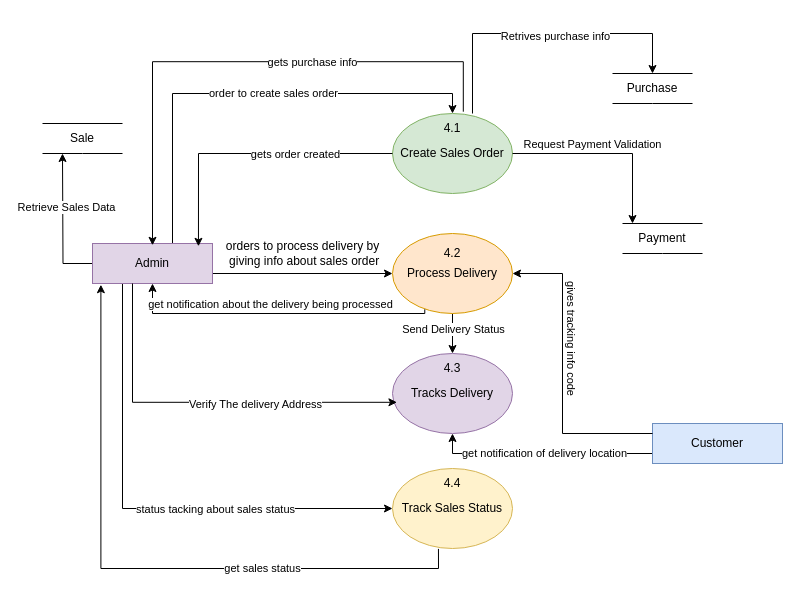
pawal-karki/DRAW.IO keeps this draw.io diagram as Level 2 of .drawio. Above is the earlier version. Source tidied: cells renumbered, new cells numbered last; positions are measured from the earlier drawing's top-left corner, leaving out a move shared by most shapes. Both pictures are drawn from the tidied source at 100%, with x=0, y=0 at pixel (42, 33).
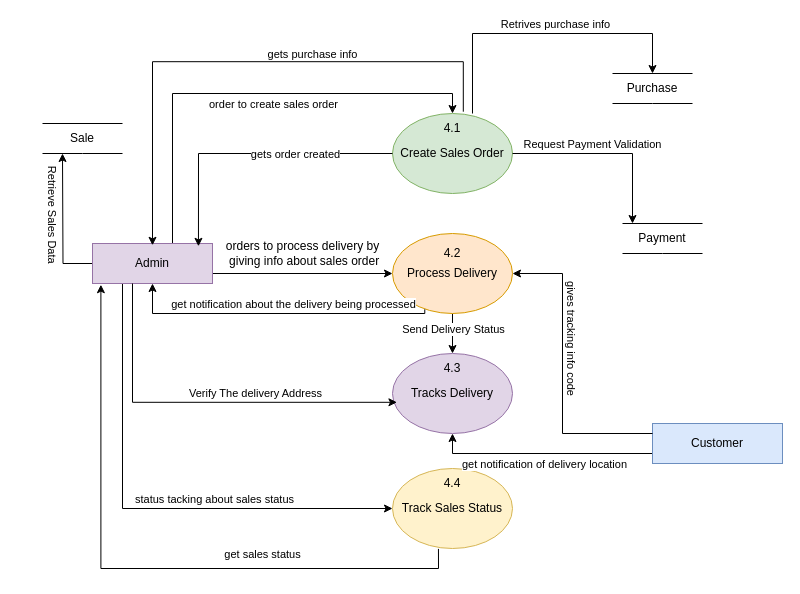
The same page after the edit.

Commit message:
Sales Order Level 2.drawio

The change refers to these unchanged cells:
```xml
<mxCell id="2" style="edgeStyle=orthogonalEdgeStyle;rounded=0;jettySize=auto;html=1;" parent="1" edge="1" target="29">
  <mxGeometry relative="1" as="geometry">
    <mxPoint x="430" y="80" as="sourcePoint" />
    <Array as="points">
      <mxPoint x="430" />
      <mxPoint x="610" />
    </Array>
  </mxGeometry>
</mxCell>
<mxCell id="10" style="edgeStyle=orthogonalEdgeStyle;rounded=0;jettySize=auto;html=1;entryX=0.5;entryY=0;entryDx=0;entryDy=0;" parent="1" edge="1" source="18" target="4">
  <mxGeometry relative="1" as="geometry">
    <Array as="points">
      <mxPoint x="130" y="60" />
      <mxPoint x="410" y="60" />
    </Array>
  </mxGeometry>
</mxCell>
<mxCell id="12" style="edgeStyle=orthogonalEdgeStyle;rounded=0;jettySize=auto;html=1;entryX=0.269;entryY=0.948;entryDx=0;entryDy=0;startArrow=classic;startFill=1;endArrow=none;endFill=0;entryPerimeter=0;" parent="1" edge="1" source="18" target="9">
  <mxGeometry relative="1" as="geometry">
    <Array as="points">
      <mxPoint x="110" y="280" />
      <mxPoint x="382" y="280" />
    </Array>
  </mxGeometry>
</mxCell>
<mxCell id="14" style="edgeStyle=orthogonalEdgeStyle;rounded=0;jettySize=auto;html=1;exitX=0.25;exitY=1;exitDx=0;exitDy=0;entryX=0;entryY=0.5;entryDx=0;entryDy=0;" parent="1" edge="1" source="18" target="5">
  <mxGeometry relative="1" as="geometry" />
</mxCell>
<mxCell id="16" style="edgeStyle=orthogonalEdgeStyle;rounded=0;jettySize=auto;html=1;" parent="1" edge="1" source="18">
  <mxGeometry relative="1" as="geometry">
    <mxPoint x="20" y="120" as="targetPoint" />
  </mxGeometry>
</mxCell>
<mxCell id="19" style="edgeStyle=orthogonalEdgeStyle;rounded=0;jettySize=auto;html=1;" parent="1" edge="1" source="21" target="45">
  <mxGeometry relative="1" as="geometry">
    <Array as="points">
      <mxPoint x="410" y="420" />
    </Array>
  </mxGeometry>
</mxCell>
<mxCell id="22" style="edgeStyle=orthogonalEdgeStyle;rounded=0;orthogonalLoop=1;jettySize=auto;html=1;entryX=0.41;entryY=0.09;entryDx=0;entryDy=0;entryPerimeter=0;" parent="1" edge="1">
  <mxGeometry relative="1" as="geometry">
    <mxPoint x="420.8" y="78.2" as="sourcePoint" />
    <mxPoint x="110" y="211.8" as="targetPoint" />
    <Array as="points">
      <mxPoint x="420.8" y="28.2" />
      <mxPoint x="109.8" y="28.2" />
    </Array>
  </mxGeometry>
</mxCell>
<mxCell id="27" style="edgeStyle=orthogonalEdgeStyle;rounded=0;jettySize=auto;html=1;entryX=0.07;entryY=1.03;entryDx=0;entryDy=0;entryPerimeter=0;exitX=0.383;exitY=1.005;exitDx=0;exitDy=0;exitPerimeter=0;" parent="1" edge="1" source="5" target="18">
  <mxGeometry relative="1" as="geometry" />
</mxCell>
<mxCell id="46" style="edgeStyle=orthogonalEdgeStyle;rounded=0;jettySize=auto;html=1;entryX=0.037;entryY=0.61;entryDx=0;entryDy=0;entryPerimeter=0;" parent="1" edge="1" source="18" target="45">
  <mxGeometry relative="1" as="geometry">
    <Array as="points">
      <mxPoint x="90" y="369" />
    </Array>
  </mxGeometry>
</mxCell>
```

The edit, as a diff of the source:
```diff
@@
     <mxCell id="3" value="Retrives purchase info" style="edgeLabel;html=1;align=center;verticalAlign=middle;" parent="2" vertex="1">
-      <mxGeometry x="0.08" y="-2" relative="1" as="geometry" />
+      <mxGeometry x="0.08" y="-2" relative="1" as="geometry">
+        <mxPoint y="-12" as="offset" />
+      </mxGeometry>
     </mxCell>
@@
     <mxCell id="11" value="order to create sales order" style="edgeLabel;html=1;align=center;verticalAlign=middle;" parent="10" vertex="1">
-      <mxGeometry x="0.11" y="1" relative="1" as="geometry" />
+      <mxGeometry x="0.11" y="1" relative="1" as="geometry">
+        <mxPoint y="11" as="offset" />
+      </mxGeometry>
     </mxCell>
@@
     <mxCell id="13" value="get notification about the delivery being processed" style="edgeLabel;html=1;align=center;verticalAlign=middle;" parent="12" vertex="1">
       <mxGeometry x="0.11" relative="1" as="geometry">
-        <mxPoint x="-23" y="-10" as="offset" />
+        <mxPoint y="-10" as="offset" />
       </mxGeometry>
     </mxCell>
@@
     <mxCell id="15" value="status tacking about sales status" style="edgeLabel;html=1;align=center;verticalAlign=middle;" parent="14" vertex="1">
-      <mxGeometry x="0.28" relative="1" as="geometry" />
+      <mxGeometry x="0.28" relative="1" as="geometry">
+        <mxPoint x="-1" y="-10" as="offset" />
+      </mxGeometry>
     </mxCell>
@@
-    <mxCell id="17" value="Retrieve Sales Data" style="edgeLabel;html=1;align=center;verticalAlign=middle;" parent="16" vertex="1">
-      <mxGeometry x="0.24" y="-3" relative="1" as="geometry" />
+    <mxCell id="17" value="Retrieve Sales Data" style="edgeLabel;html=1;align=center;verticalAlign=middle;rotation=90;" parent="16" vertex="1">
+      <mxGeometry x="0.24" y="-3" relative="1" as="geometry">
+        <mxPoint x="-13" y="7" as="offset" />
+      </mxGeometry>
     </mxCell>
@@
     <mxCell id="20" value="get notification of delivery location" style="edgeLabel;html=1;align=center;verticalAlign=middle;" parent="19" vertex="1">
-      <mxGeometry x="-0.01" y="-1" relative="1" as="geometry" />
+      <mxGeometry x="-0.01" y="-1" relative="1" as="geometry">
+        <mxPoint y="11" as="offset" />
+      </mxGeometry>
     </mxCell>
@@
     <mxCell id="23" value="gets purchase info" style="edgeLabel;html=1;align=center;verticalAlign=middle;" parent="22" vertex="1">
-      <mxGeometry x="-0.26" relative="1" as="geometry" />
+      <mxGeometry x="-0.26" relative="1" as="geometry">
+        <mxPoint y="-8" as="offset" />
+      </mxGeometry>
     </mxCell>
@@
     <mxCell id="28" value="get sales status" style="edgeLabel;html=1;align=center;verticalAlign=middle;" parent="27" vertex="1">
-      <mxGeometry x="-0.39" y="-1" relative="1" as="geometry" />
+      <mxGeometry x="-0.39" y="-1" relative="1" as="geometry">
+        <mxPoint y="-14" as="offset" />
+      </mxGeometry>
     </mxCell>
@@
     <mxCell id="47" value="Verify The delivery Address" style="edgeLabel;html=1;align=center;verticalAlign=middle;" parent="46" vertex="1">
-      <mxGeometry x="0.26" y="-2" relative="1" as="geometry" />
+      <mxGeometry x="0.26" y="-2" relative="1" as="geometry">
+        <mxPoint y="-11" as="offset" />
+      </mxGeometry>
     </mxCell>
```
